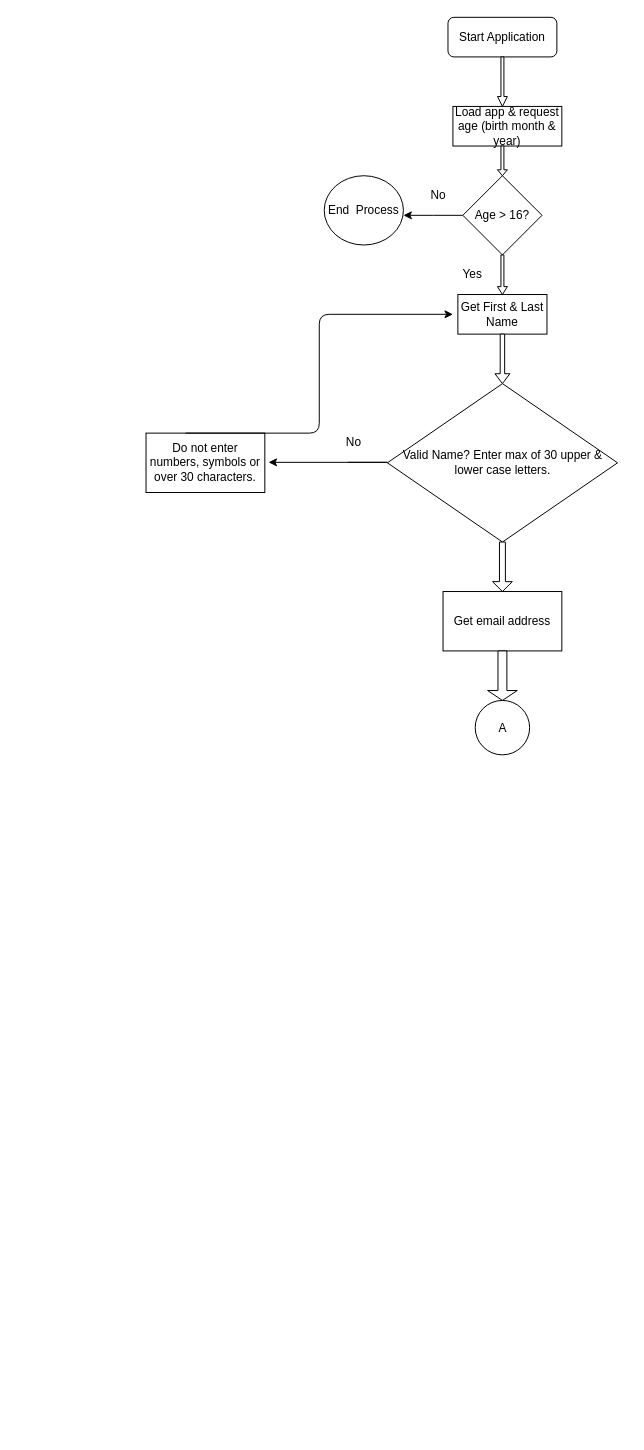
The draw.io diagram Untitled Diagram.drawio in markbrathwaite/git_test, before the edit. Source tidied: cells renumbered, new cells numbered last; positions are measured from the earlier drawing's top-left corner, leaving out a move shared by most shapes. Both pictures are drawn from the tidied source at 99%, with x=0, y=0 at pixel (146, 17).
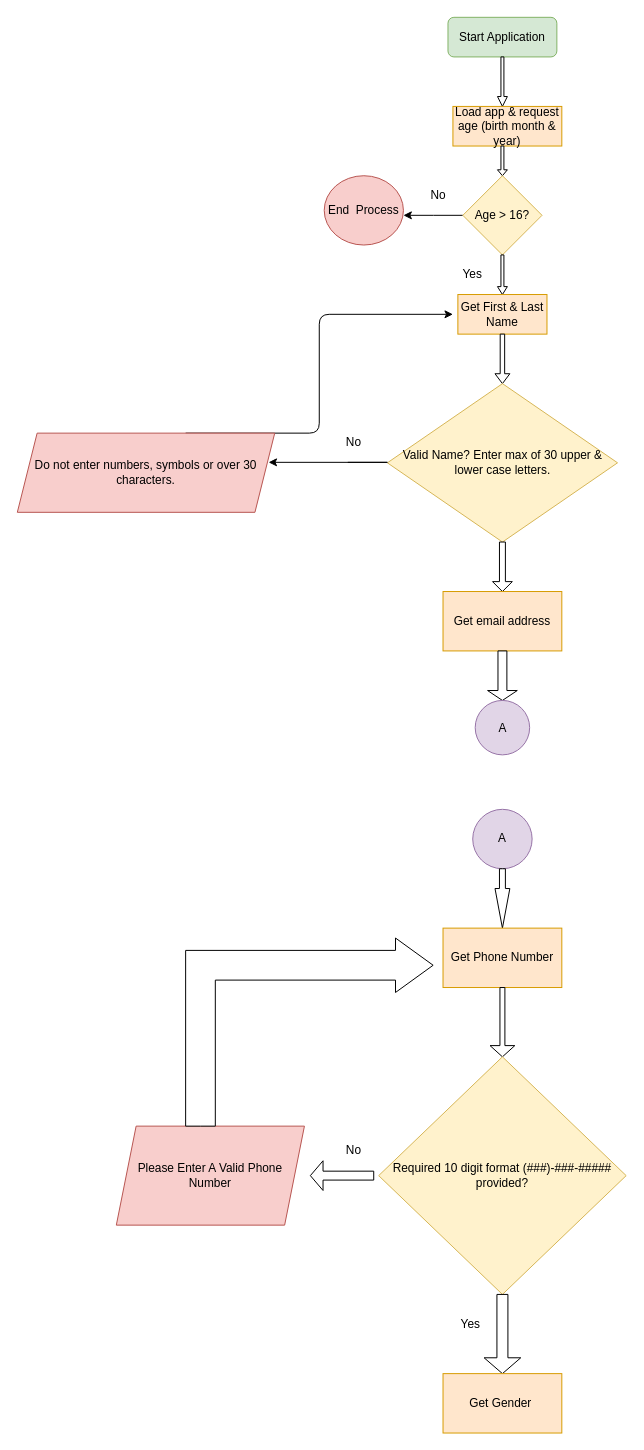
Above is the later version.

Diff of the diagram source:
```diff
@@
-    <mxCell id="2" value="Start Application" style="rounded=1;whiteSpace=wrap;html=1;" parent="1" vertex="1">
+    <mxCell id="2" value="Start Application" style="rounded=1;whiteSpace=wrap;html=1;fillColor=#d5e8d4;strokeColor=#82b366;" parent="1" vertex="1">
       <mxGeometry x="305" width="110" height="40" as="geometry" />
     </mxCell>
@@
-    <mxCell id="4" value="Load app &amp;amp; request age (birth month &amp;amp; year)" style="rounded=0;whiteSpace=wrap;html=1;" parent="1" vertex="1">
+    <mxCell id="4" value="Load app &amp;amp; request age (birth month &amp;amp; year)" style="rounded=0;whiteSpace=wrap;html=1;fillColor=#ffe6cc;strokeColor=#d79b00;" parent="1" vertex="1">
       <mxGeometry x="310" y="90" width="110" height="40" as="geometry" />
     </mxCell>
@@
-    <mxCell id="7" value="Age &amp;gt; 16?" style="rhombus;whiteSpace=wrap;html=1;" parent="1" vertex="1">
+    <mxCell id="7" value="Age &amp;gt; 16?" style="rhombus;whiteSpace=wrap;html=1;fillColor=#fff2cc;strokeColor=#d6b656;" parent="1" vertex="1">
       <mxGeometry x="320" y="160" width="80" height="80" as="geometry" />
     </mxCell>
-    <mxCell id="8" value="End &amp;nbsp;Process" style="ellipse;whiteSpace=wrap;html=1;" parent="1" vertex="1">
+    <mxCell id="8" value="End &amp;nbsp;Process" style="ellipse;whiteSpace=wrap;html=1;fillColor=#f8cecc;strokeColor=#b85450;" parent="1" vertex="1">
       <mxGeometry x="180" y="160" width="80" height="70" as="geometry" />
     </mxCell>
@@
-    <mxCell id="11" value="Get First &amp;amp; Last Name" style="rounded=0;whiteSpace=wrap;html=1;" parent="1" vertex="1">
+    <mxCell id="11" value="Get First &amp;amp; Last Name" style="rounded=0;whiteSpace=wrap;html=1;fillColor=#ffe6cc;strokeColor=#d79b00;" parent="1" vertex="1">
       <mxGeometry x="315" y="280" width="90" height="40" as="geometry" />
     </mxCell>
@@
-    <mxCell id="13" value="Valid Name? Enter max of 30 upper &amp;amp; lower case letters." style="rhombus;whiteSpace=wrap;html=1;" parent="1" vertex="1">
+    <mxCell id="13" value="Valid Name? Enter max of 30 upper &amp;amp; lower case letters." style="rhombus;whiteSpace=wrap;html=1;fillColor=#fff2cc;strokeColor=#d6b656;" parent="1" vertex="1">
       <mxGeometry x="243.8" y="370" width="232.5" height="160" as="geometry" />
     </mxCell>
@@
-    <mxCell id="15" value="Do not enter numbers, symbols or over 30 characters." style="rounded=0;whiteSpace=wrap;html=1;" parent="1" vertex="1">
-      <mxGeometry y="420" width="120" height="60" as="geometry" />
-    </mxCell>
@@
-    <mxCell id="19" style="shape=singleArrow;direction=south;whiteSpace=wrap;html=1;" parent="1" vertex="1">
+    <mxCell id="19" style="shape=singleArrow;direction=south;whiteSpace=wrap;html=1;fillColor=#FFFFFF;" parent="1" vertex="1">
       <mxGeometry x="350" y="530" width="20" height="50" as="geometry" />
     </mxCell>
-    <mxCell id="20" value="Get email address" style="rounded=0;whiteSpace=wrap;html=1;" parent="1" vertex="1">
+    <mxCell id="20" value="Get email address" style="rounded=0;whiteSpace=wrap;html=1;fillColor=#ffe6cc;strokeColor=#d79b00;" parent="1" vertex="1">
       <mxGeometry x="300" y="580" width="120" height="60" as="geometry" />
     </mxCell>
@@
-    <mxCell id="22" value="A" style="ellipse;whiteSpace=wrap;html=1;" parent="1" vertex="1">
+    <mxCell id="22" value="A" style="ellipse;whiteSpace=wrap;html=1;fillColor=#e1d5e7;strokeColor=#9673a6;" parent="1" vertex="1">
       <mxGeometry x="332.5" y="690" width="55" height="55" as="geometry" />
     </mxCell>
+    <mxCell id="23" value="A" style="ellipse;whiteSpace=wrap;html=1;fillColor=#e1d5e7;strokeColor=#9673a6;" parent="1" vertex="1">
+      <mxGeometry x="330" y="800" width="60" height="60" as="geometry" />
+    </mxCell>
+    <mxCell id="24" style="html=1;shadow=0;dashed=0;align=center;verticalAlign=middle;shape=mxgraph.arrows2.arrow;dy=0.6;dx=40;direction=south;notch=0;" parent="1" vertex="1">
+      <mxGeometry x="352.5" y="860" width="15" height="60" as="geometry" />
+    </mxCell>
+    <mxCell id="25" value="Get Phone Number&lt;br&gt;" style="rounded=0;whiteSpace=wrap;html=1;fillColor=#ffe6cc;strokeColor=#d79b00;" parent="1" vertex="1">
+      <mxGeometry x="300" y="920" width="120" height="60" as="geometry" />
+    </mxCell>
+    <mxCell id="26" style="shape=singleArrow;direction=south;whiteSpace=wrap;html=1;fillColor=#FFFFFF;arrowWidth=0.2000000000000091;arrowSize=0.16190476190476083;" parent="1" vertex="1">
+      <mxGeometry x="347.5" y="980" width="25" height="70" as="geometry" />
+    </mxCell>
+    <mxCell id="27" value="Required 10 digit format (###)-###-#####&lt;br&gt;provided?" style="rhombus;whiteSpace=wrap;html=1;fillColor=#fff2cc;strokeColor=#d6b656;" parent="1" vertex="1">
+      <mxGeometry x="235" y="1050" width="250" height="240" as="geometry" />
+    </mxCell>
+    <mxCell id="28" value="Please Enter A Valid Phone Number" style="shape=parallelogram;perimeter=parallelogramPerimeter;whiteSpace=wrap;html=1;fixedSize=1;fillColor=#f8cecc;strokeColor=#b85450;" parent="1" vertex="1">
+      <mxGeometry x="-30" y="1120" width="190" height="100" as="geometry" />
+    </mxCell>
+    <mxCell id="29" style="shape=singleArrow;direction=west;whiteSpace=wrap;html=1;fillColor=#FFFFFF;" parent="1" vertex="1">
+      <mxGeometry x="166" y="1155" width="64" height="30" as="geometry" />
+    </mxCell>
+    <mxCell id="30" style="html=1;shadow=0;dashed=0;align=center;verticalAlign=middle;shape=mxgraph.arrows2.bendArrow;dy=15;dx=38;notch=0;arrowHead=55;rounded=0;fillColor=#FFFFFF;" parent="1" vertex="1">
+      <mxGeometry x="40" y="930" width="250" height="190" as="geometry" />
+    </mxCell>
+    <mxCell id="15" value="&lt;span&gt;Do not enter numbers, symbols or over 30 characters.&lt;/span&gt;" style="shape=parallelogram;perimeter=parallelogramPerimeter;whiteSpace=wrap;html=1;fixedSize=1;fillColor=#f8cecc;strokeColor=#b85450;" parent="1" vertex="1">
+      <mxGeometry x="-130" y="420" width="260" height="80" as="geometry" />
+    </mxCell>
+    <mxCell id="31" style="shape=singleArrow;direction=south;whiteSpace=wrap;html=1;fillColor=#FFFFFF;" parent="1" vertex="1">
+      <mxGeometry x="341.5" y="1290" width="37" height="80" as="geometry" />
+    </mxCell>
+    <mxCell id="32" value="No" style="text;html=1;strokeColor=none;fillColor=none;align=center;verticalAlign=middle;whiteSpace=wrap;rounded=0;" parent="1" vertex="1">
+      <mxGeometry x="190" y="1135" width="40" height="20" as="geometry" />
+    </mxCell>
+    <mxCell id="33" value="Yes" style="text;html=1;strokeColor=none;fillColor=none;align=center;verticalAlign=middle;whiteSpace=wrap;rounded=0;" parent="1" vertex="1">
+      <mxGeometry x="307.5" y="1310" width="40" height="20" as="geometry" />
+    </mxCell>
+    <mxCell id="34" value="Get Gender&amp;nbsp;" style="rounded=0;whiteSpace=wrap;html=1;fillColor=#ffe6cc;strokeColor=#d79b00;" parent="1" vertex="1">
+      <mxGeometry x="300" y="1370" width="120" height="60" as="geometry" />
+    </mxCell>
```
